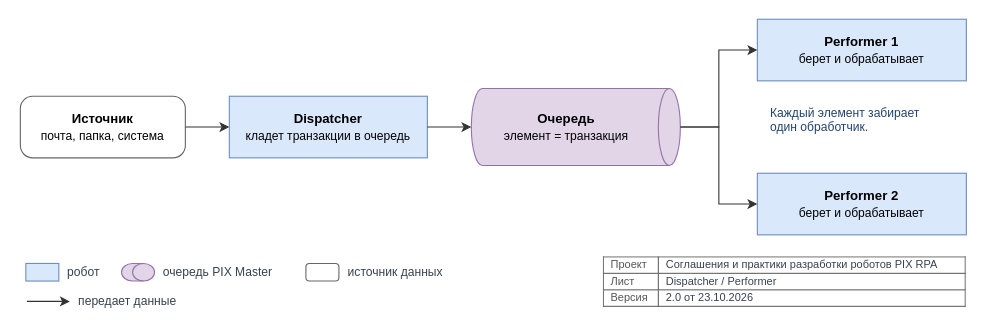
This is page "project / project-dispatcher-performer" (1 of 6) of images/diagrams.drawio from TheMrDJek/PixRpaDevelopmentConventions, a draw.io file, before an edit. Source tidied: cells renumbered, new cells numbered last; positions are measured from the earlier drawing's top-left corner, leaving out a move shared by most shapes. Both pictures are drawn from the tidied source at 110%, with x=0, y=0 at pixel (20, 19).
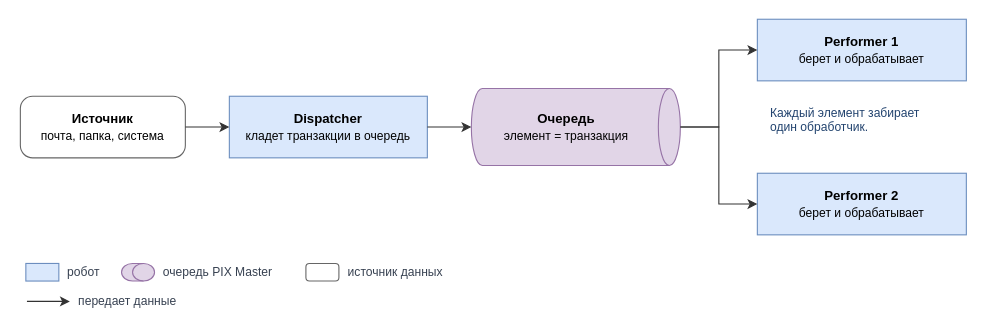
After the change.

Change to the diagram source:
```diff
@@
-    <mxCell id="22" value="&lt;table style=&quot;border-collapse:collapse;width:100%;font-size:10px&quot;&gt;&lt;tr&gt;&lt;td style=&quot;border:1px solid #666;padding:1px 6px;color:#555&quot;&gt;Проект&lt;/td&gt;&lt;td style=&quot;border:1px solid #666;padding:1px 6px&quot;&gt;Соглашения и практики разработки роботов PIX RPA&lt;/td&gt;&lt;/tr&gt;&lt;tr&gt;&lt;td style=&quot;border:1px solid #666;padding:1px 6px;color:#555&quot;&gt;Лист&lt;/td&gt;&lt;td style=&quot;border:1px solid #666;padding:1px 6px&quot;&gt;Dispatcher / Performer&lt;/td&gt;&lt;/tr&gt;&lt;tr&gt;&lt;td style=&quot;border:1px solid #666;padding:1px 6px;color:#555&quot;&gt;Версия&lt;/td&gt;&lt;td style=&quot;border:1px solid #666;padding:1px 6px&quot;&gt;2.0 от 23.10.2026&lt;/td&gt;&lt;/tr&gt;&lt;/table&gt;" style="text;strokeColor=none;fillColor=none;align=left;verticalAlign=middle;fontSize=12;fontColor=#374151;whiteSpace=wrap;html=1;fontFamily=Helvetica;verticalAlign=top;overflow=fill;" parent="1" vertex="1">
-      <mxGeometry x="530" y="216" width="330" height="54" as="geometry" />
-    </mxCell>
```
